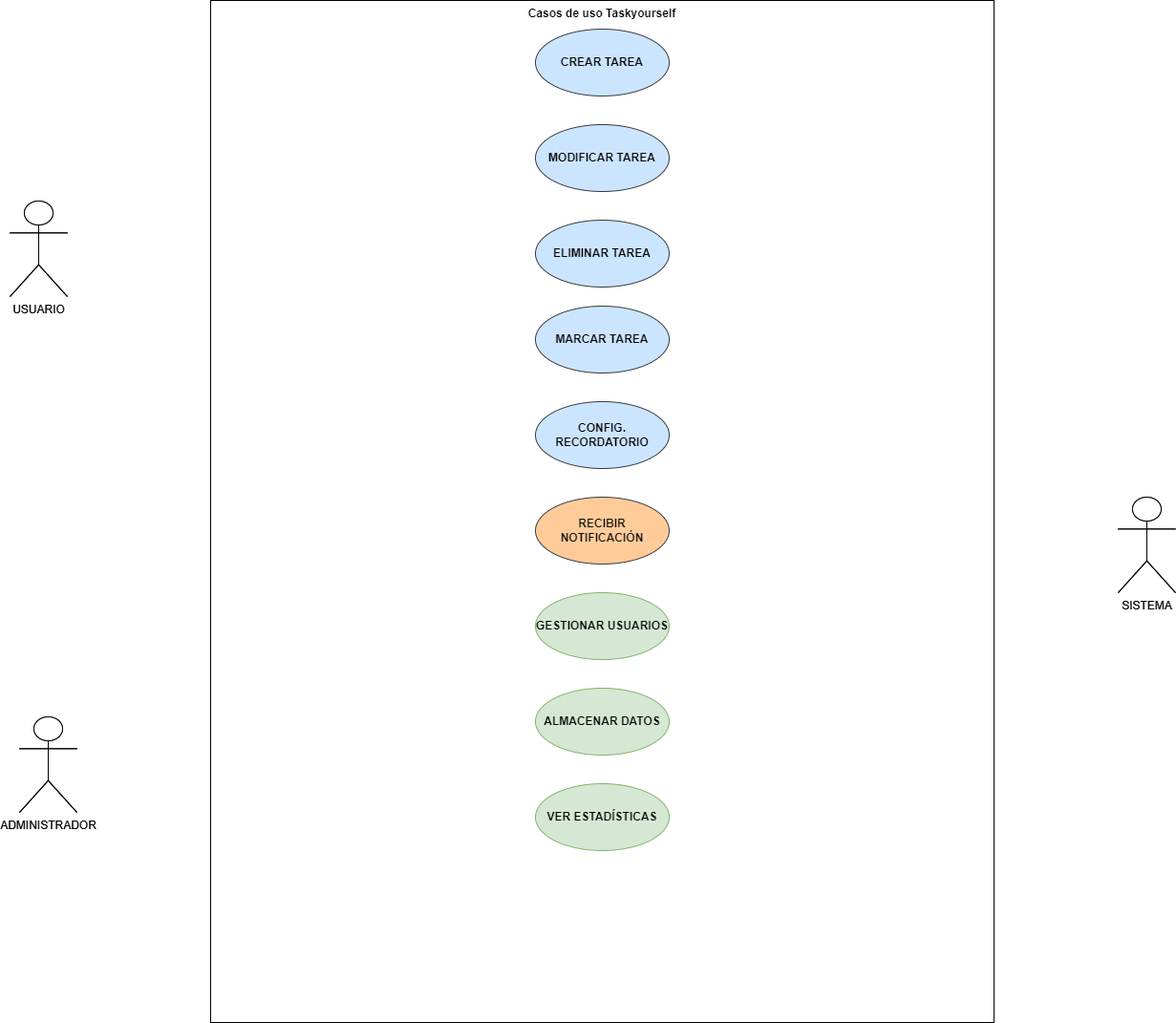
Above: images/casos de uso Taskyourself.drawio.png in Cdiagal/app-project (draw.io), before the change. Source tidied: cells renumbered, new cells last; positions are measured from the earlier drawing's top-left corner, leaving out a move shared by most shapes.
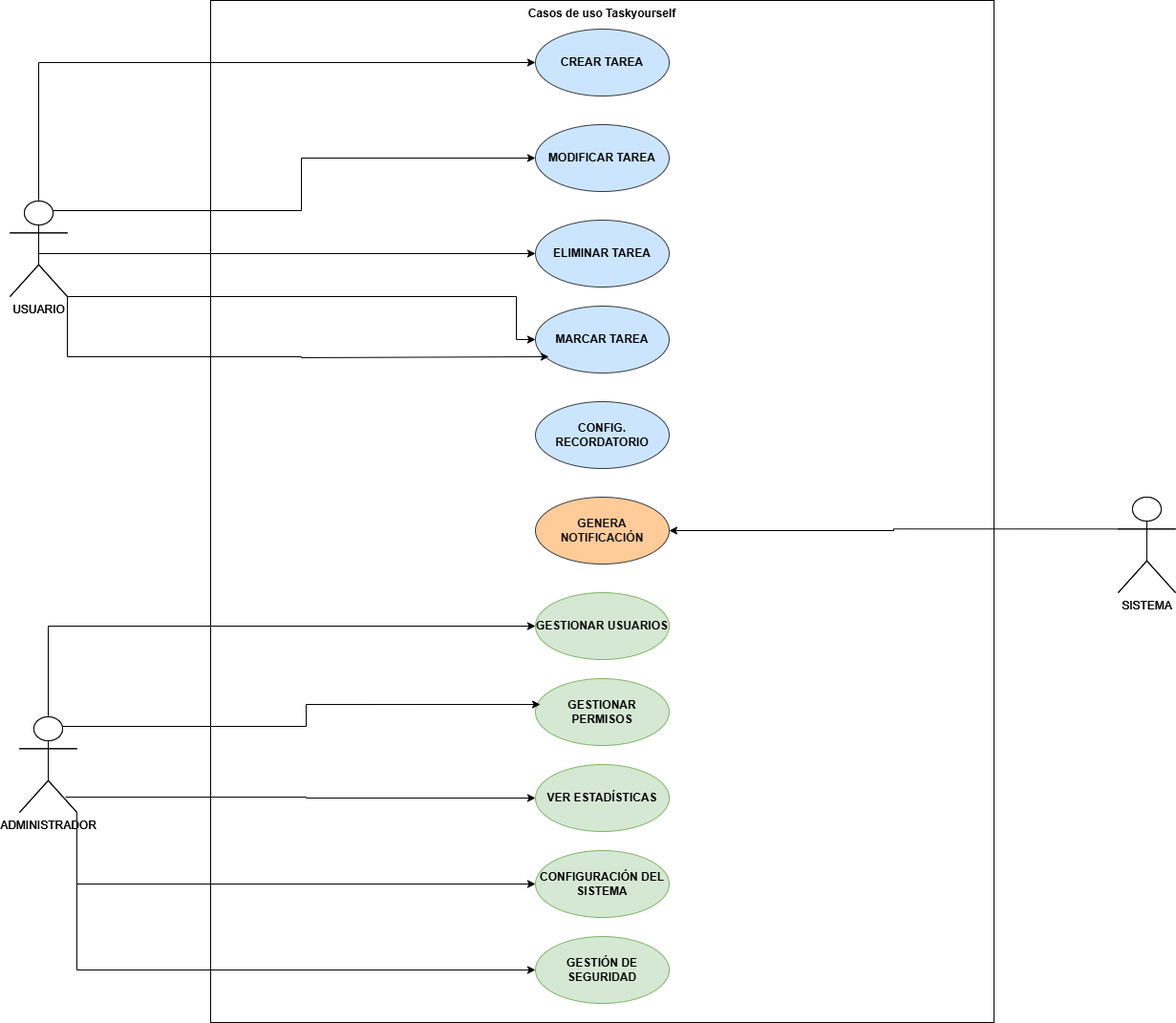
After the change.

Diff of the diagram source:
```diff
@@ -44,25 +44,61 @@
     <mxCell id="15" value="Casos de uso Taskyourself" style="shape=rect;html=1;verticalAlign=top;fontStyle=1;whiteSpace=wrap;align=center;" parent="1" vertex="1">
       <mxGeometry x="210" width="820" height="1070" as="geometry" />
     </mxCell>
+    <mxCell id="28" style="edgeStyle=orthogonalEdgeStyle;rounded=0;jettySize=auto;html=1;exitX=0.5;exitY=0.5;exitDx=0;exitDy=0;exitPerimeter=0;entryX=0;entryY=0.5;entryDx=0;entryDy=0;" parent="1" edge="1" source="16" target="25">
+      <mxGeometry relative="1" as="geometry">
+        <Array as="points">
+          <mxPoint x="30" y="265" />
+        </Array>
+      </mxGeometry>
+    </mxCell>
+    <mxCell id="29" style="edgeStyle=orthogonalEdgeStyle;rounded=0;jettySize=auto;html=1;exitX=0.75;exitY=0.1;exitDx=0;exitDy=0;exitPerimeter=0;entryX=0;entryY=0.5;entryDx=0;entryDy=0;" parent="1" edge="1" source="16" target="26">
+      <mxGeometry relative="1" as="geometry" />
+    </mxCell>
+    <mxCell id="30" style="edgeStyle=orthogonalEdgeStyle;rounded=0;jettySize=auto;html=1;exitX=0.5;exitY=0;exitDx=0;exitDy=0;exitPerimeter=0;entryX=0;entryY=0.5;entryDx=0;entryDy=0;" parent="1" edge="1" source="16" target="27">
+      <mxGeometry relative="1" as="geometry" />
+    </mxCell>
+    <mxCell id="31" style="edgeStyle=orthogonalEdgeStyle;rounded=0;jettySize=auto;html=1;exitX=1;exitY=1;exitDx=0;exitDy=0;exitPerimeter=0;entryX=0;entryY=0.5;entryDx=0;entryDy=0;" parent="1" edge="1" source="16" target="24">
+      <mxGeometry relative="1" as="geometry">
+        <Array as="points">
+          <mxPoint x="530" y="310" />
+          <mxPoint x="530" y="355" />
+        </Array>
+      </mxGeometry>
+    </mxCell>
     <mxCell id="16" value="USUARIO" style="shape=umlActor;html=1;verticalLabelPosition=bottom;verticalAlign=top;align=center;" parent="1" vertex="1">
       <mxGeometry y="210" width="60" height="100" as="geometry" />
     </mxCell>
+    <mxCell id="32" style="edgeStyle=orthogonalEdgeStyle;rounded=0;jettySize=auto;html=1;exitX=1;exitY=1;exitDx=0;exitDy=0;exitPerimeter=0;entryX=0;entryY=0.5;entryDx=0;entryDy=0;" parent="1" edge="1" source="17" target="38">
+      <mxGeometry relative="1" as="geometry" />
+    </mxCell>
+    <mxCell id="33" style="edgeStyle=orthogonalEdgeStyle;rounded=0;jettySize=auto;html=1;exitX=1;exitY=1;exitDx=0;exitDy=0;exitPerimeter=0;entryX=0;entryY=0.5;entryDx=0;entryDy=0;" parent="1" edge="1" source="17" target="37">
+      <mxGeometry relative="1" as="geometry" />
+    </mxCell>
+    <mxCell id="34" style="edgeStyle=orthogonalEdgeStyle;rounded=0;jettySize=auto;html=1;exitX=0.8;exitY=0.84;exitDx=0;exitDy=0;exitPerimeter=0;entryX=0;entryY=0.5;entryDx=0;entryDy=0;" parent="1" edge="1" source="17" target="19">
+      <mxGeometry relative="1" as="geometry" />
+    </mxCell>
+    <mxCell id="35" style="edgeStyle=orthogonalEdgeStyle;rounded=0;jettySize=auto;html=1;exitX=0.5;exitY=0;exitDx=0;exitDy=0;exitPerimeter=0;entryX=0;entryY=0.5;entryDx=0;entryDy=0;" parent="1" edge="1" source="17" target="21">
+      <mxGeometry relative="1" as="geometry" />
+    </mxCell>
     <mxCell id="17" value="ADMINISTRADOR" style="shape=umlActor;html=1;verticalLabelPosition=bottom;verticalAlign=top;align=center;" parent="1" vertex="1">
       <mxGeometry x="10" y="750" width="60" height="100" as="geometry" />
     </mxCell>
+    <mxCell id="36" style="edgeStyle=orthogonalEdgeStyle;rounded=0;jettySize=auto;html=1;exitX=0;exitY=0.3333333333333333;exitDx=0;exitDy=0;exitPerimeter=0;entryX=1;entryY=0.5;entryDx=0;entryDy=0;" parent="1" edge="1" source="18" target="22">
+      <mxGeometry relative="1" as="geometry" />
+    </mxCell>
     <mxCell id="18" value="SISTEMA" style="shape=umlActor;html=1;verticalLabelPosition=bottom;verticalAlign=top;align=center;" parent="1" vertex="1">
       <mxGeometry x="1160" y="520" width="60" height="100" as="geometry" />
     </mxCell>
     <mxCell id="19" value="VER ESTADÍSTICAS" style="ellipse;whiteSpace=wrap;html=1;fillColor=#d5e8d4;strokeColor=#82b366;fontStyle=1;fontColor=#000000;" parent="1" vertex="1">
-      <mxGeometry x="550" y="820" width="140" height="70" as="geometry" />
+      <mxGeometry x="550" y="800" width="140" height="70" as="geometry" />
     </mxCell>
-    <mxCell id="20" value="ALMACENAR DATOS" style="ellipse;whiteSpace=wrap;html=1;fillColor=#d5e8d4;strokeColor=#82b366;fontStyle=1;fontColor=#000000;" parent="1" vertex="1">
-      <mxGeometry x="550" y="720" width="140" height="70" as="geometry" />
+    <mxCell id="20" value="GESTIONAR PERMISOS" style="ellipse;whiteSpace=wrap;html=1;fillColor=#d5e8d4;strokeColor=#82b366;fontStyle=1;fontColor=#000000;" parent="1" vertex="1">
+      <mxGeometry x="550" y="710" width="140" height="70" as="geometry" />
     </mxCell>
     <mxCell id="21" value="GESTIONAR USUARIOS" style="ellipse;whiteSpace=wrap;html=1;fillColor=#d5e8d4;strokeColor=#82b366;fontStyle=1;fontColor=#000000;" parent="1" vertex="1">
       <mxGeometry x="550" y="620" width="140" height="70" as="geometry" />
     </mxCell>
-    <mxCell id="22" value="RECIBIR NOTIFICACIÓN" style="ellipse;whiteSpace=wrap;html=1;fillColor=#ffcc99;strokeColor=#36393d;fontColor=#0d0d0d;fontStyle=1;" parent="1" vertex="1">
+    <mxCell id="22" value="GENERA NOTIFICACIÓN" style="ellipse;whiteSpace=wrap;html=1;fillColor=#ffcc99;strokeColor=#36393d;fontColor=#0d0d0d;fontStyle=1;" parent="1" vertex="1">
       <mxGeometry x="550" y="520" width="140" height="70" as="geometry" />
     </mxCell>
     <mxCell id="23" value="CONFIG. RECORDATORIO" style="ellipse;whiteSpace=wrap;html=1;fillColor=#cce5ff;strokeColor=#36393d;fontStyle=1;fontColor=#000000;" parent="1" vertex="1">
@@ -80,5 +116,23 @@
     <mxCell id="27" value="CREAR TAREA" style="ellipse;whiteSpace=wrap;html=1;fillColor=#cce5ff;strokeColor=#36393d;fontStyle=1;fontColor=#000000;" parent="1" vertex="1">
       <mxGeometry x="550" y="30" width="140" height="70" as="geometry" />
     </mxCell>
+    <mxCell id="37" value="CONFIGURACIÓN DEL SISTEMA" style="ellipse;whiteSpace=wrap;html=1;fillColor=#d5e8d4;strokeColor=#82b366;fontStyle=1;fontColor=#000000;" parent="1" vertex="1">
+      <mxGeometry x="550" y="890" width="140" height="70" as="geometry" />
+    </mxCell>
+    <mxCell id="38" value="GESTIÓN DE SEGURIDAD" style="ellipse;whiteSpace=wrap;html=1;fillColor=#d5e8d4;strokeColor=#82b366;fontStyle=1;fontColor=#000000;" parent="1" vertex="1">
+      <mxGeometry x="550" y="980" width="140" height="70" as="geometry" />
+    </mxCell>
+    <mxCell id="39" style="edgeStyle=orthogonalEdgeStyle;rounded=0;jettySize=auto;html=1;exitX=0.75;exitY=0.1;exitDx=0;exitDy=0;exitPerimeter=0;entryX=0.036;entryY=0.386;entryDx=0;entryDy=0;entryPerimeter=0;" parent="1" edge="1" source="17" target="20">
+      <mxGeometry relative="1" as="geometry" />
+    </mxCell>
+    <mxCell id="40" style="edgeStyle=orthogonalEdgeStyle;rounded=0;jettySize=auto;html=1;exitX=1;exitY=1;exitDx=0;exitDy=0;exitPerimeter=0;entryX=0.1;entryY=0.757;entryDx=0;entryDy=0;entryPerimeter=0;" parent="1" edge="1" source="16" target="24">
+      <mxGeometry relative="1" as="geometry">
+        <Array as="points">
+          <mxPoint x="60" y="373" />
+          <mxPoint x="305" y="373" />
+          <mxPoint x="305" y="374" />
+        </Array>
+      </mxGeometry>
+    </mxCell>
   </root>
 </mxGraphModel>
```
